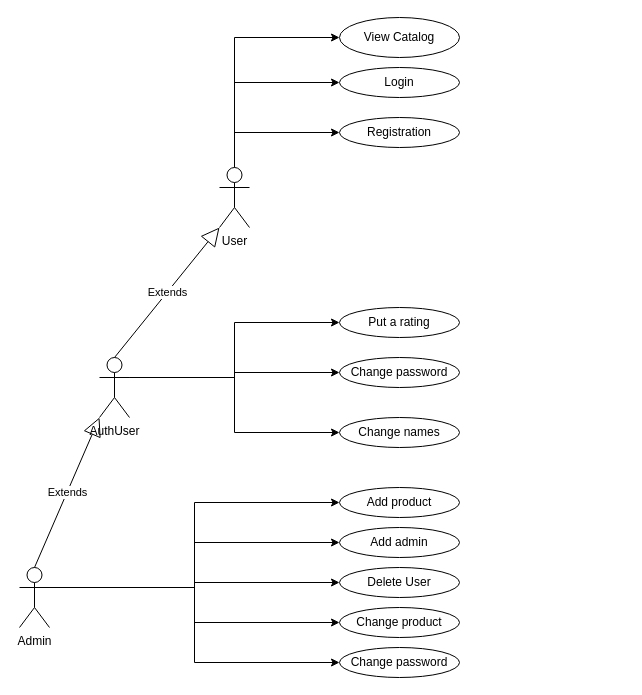
Deeathwiing/brackets keeps this draw.io diagram as Untitled Diagram.drawio. Above is the earlier version. Source tidied: cells renumbered, new cells numbered last; positions are measured from the earlier drawing's top-left corner, leaving out a move shared by most shapes. Both pictures are drawn from the tidied source at 100%, with x=0, y=0 at pixel (19, 17).
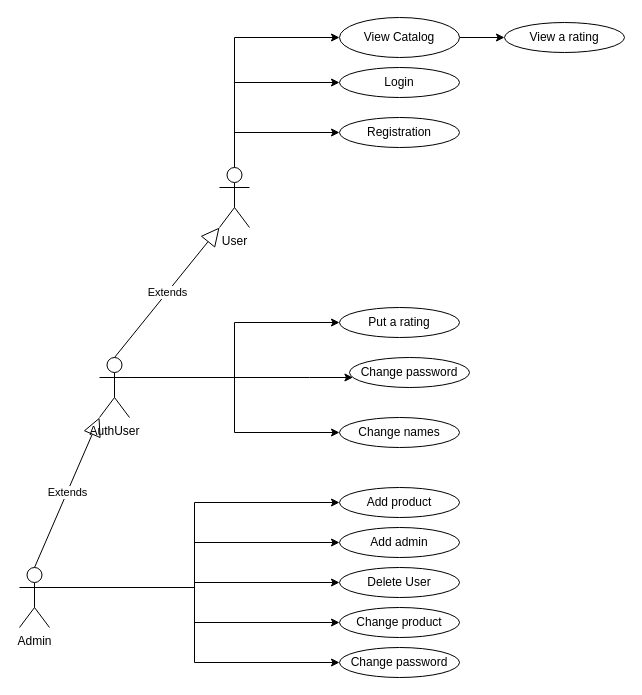
Above is the later version.

The change refers to these unchanged cells:
```xml
<mxCell id="15" value="AuthUser" style="shape=umlActor;verticalLabelPosition=bottom;verticalAlign=top;html=1;outlineConnect=0;" parent="1" vertex="1">
  <mxGeometry x="80" y="340" width="30" height="60" as="geometry" />
</mxCell>
<mxCell id="16" value="View Catalog" style="ellipse;whiteSpace=wrap;html=1;" parent="1" vertex="1">
  <mxGeometry x="320" width="120" height="40" as="geometry" />
</mxCell>
```

What changed in the source:
```diff
@@
     <mxCell id="13" style="edgeStyle=orthogonalEdgeStyle;rounded=0;jettySize=auto;html=1;exitX=1;exitY=0.3333333333333333;exitDx=0;exitDy=0;exitPerimeter=0;" parent="1" edge="1" source="15" target="20">
-      <mxGeometry relative="1" as="geometry" />
+      <mxGeometry relative="1" as="geometry">
+        <Array as="points">
+          <mxPoint x="290" y="360" />
+          <mxPoint x="290" y="360" />
+        </Array>
+      </mxGeometry>
     </mxCell>
@@
+    <mxCell id="29" style="edgeStyle=orthogonalEdgeStyle;rounded=0;jettySize=auto;html=1;entryX=0;entryY=0.5;entryDx=0;entryDy=0;" parent="1" edge="1" source="16" target="30">
+      <mxGeometry relative="1" as="geometry" />
+    </mxCell>
@@
     <mxCell id="20" value="Change password" style="ellipse;whiteSpace=wrap;html=1;" parent="1" vertex="1">
-      <mxGeometry x="320" y="340" width="120" height="30" as="geometry" />
+      <mxGeometry x="330" y="340" width="120" height="30" as="geometry" />
     </mxCell>
@@
+    <mxCell id="30" value="View a rating" style="ellipse;whiteSpace=wrap;html=1;" parent="1" vertex="1">
+      <mxGeometry x="485" y="5" width="120" height="30" as="geometry" />
+    </mxCell>
```
